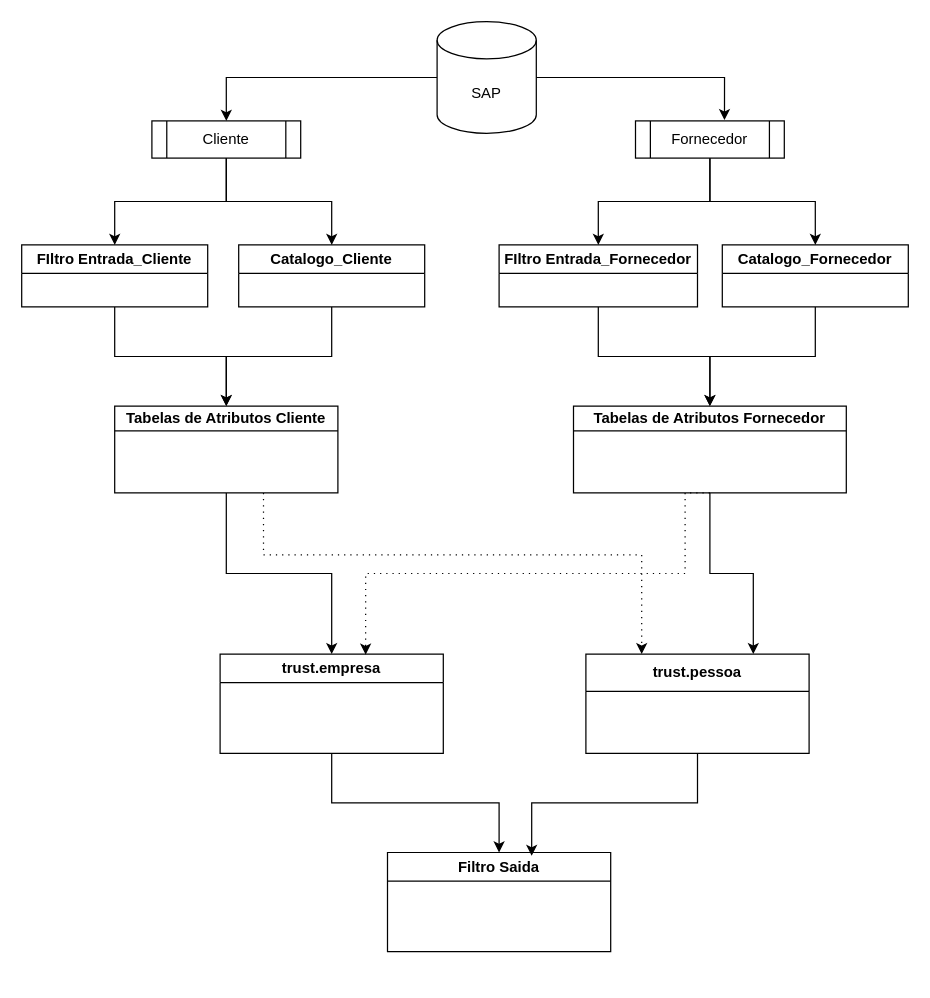
This is Untitled Diagram.drawio from fabiomoraeslima/django-projeto1, a draw.io file, before an edit. Source tidied: cells renumbered, new cells numbered last; positions are measured from the earlier drawing's top-left corner, leaving out a move shared by most shapes. Both pictures are drawn from the tidied source at 124%, with x=0, y=0 at pixel (21, 21).
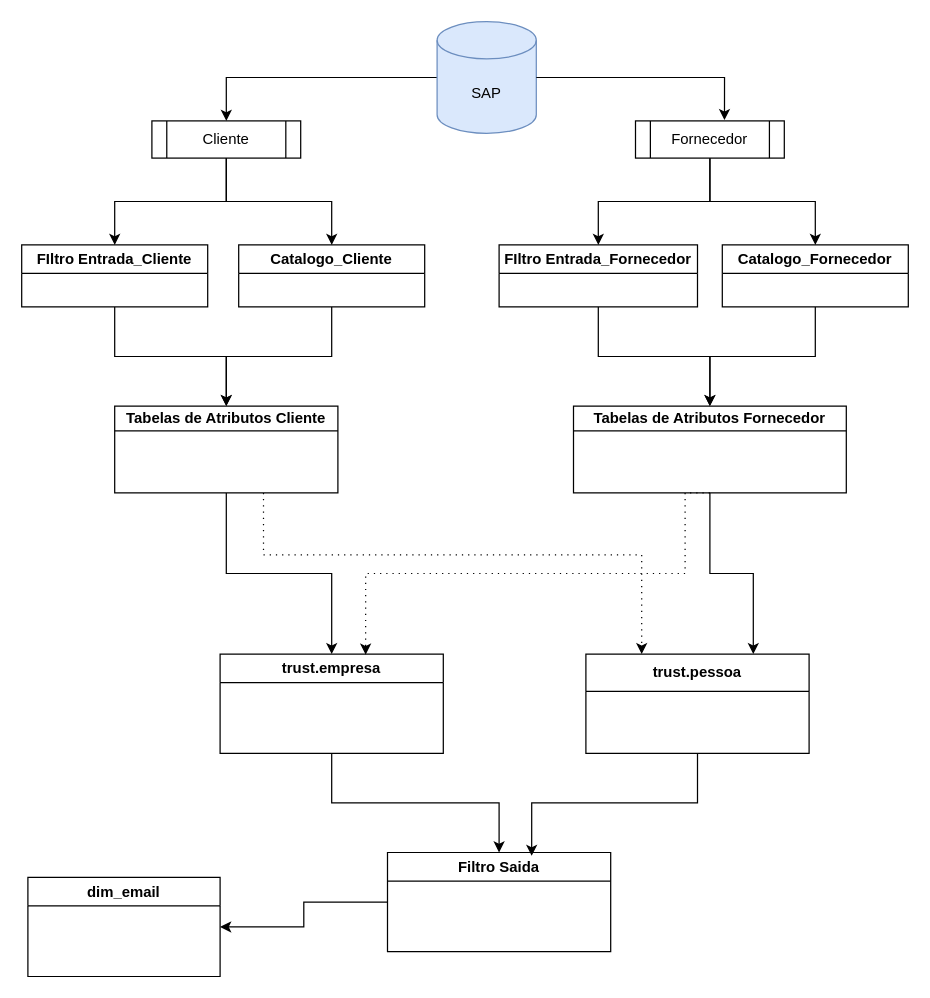
After the change.

The change refers to these unchanged cells:
```xml
<mxCell id="28" value="Filtro Saida" style="swimlane;whiteSpace=wrap;html=1;" parent="1" vertex="1">
  <mxGeometry x="295" y="670" width="180" height="80" as="geometry" />
</mxCell>
```

Diff of the diagram source:
```diff
@@
-    <mxCell id="3" value="SAP" style="shape=cylinder3;whiteSpace=wrap;html=1;boundedLbl=1;backgroundOutline=1;size=15;" parent="1" vertex="1">
+    <mxCell id="3" value="SAP" style="shape=cylinder3;whiteSpace=wrap;html=1;boundedLbl=1;backgroundOutline=1;size=15;fillColor=#dae8fc;strokeColor=#6c8ebf;" parent="1" vertex="1">
       <mxGeometry x="335" width="80" height="90" as="geometry" />
     </mxCell>
@@
+    <mxCell id="30" style="edgeStyle=orthogonalEdgeStyle;rounded=0;jettySize=auto;html=1;entryX=1;entryY=0.5;entryDx=0;entryDy=0;" parent="1" edge="1" source="28" target="31">
+      <mxGeometry relative="1" as="geometry" />
+    </mxCell>
@@
+    <mxCell id="31" value="dim_email" style="swimlane;whiteSpace=wrap;html=1;" parent="1" vertex="1">
+      <mxGeometry x="5" y="690" width="155" height="80" as="geometry" />
+    </mxCell>
```
